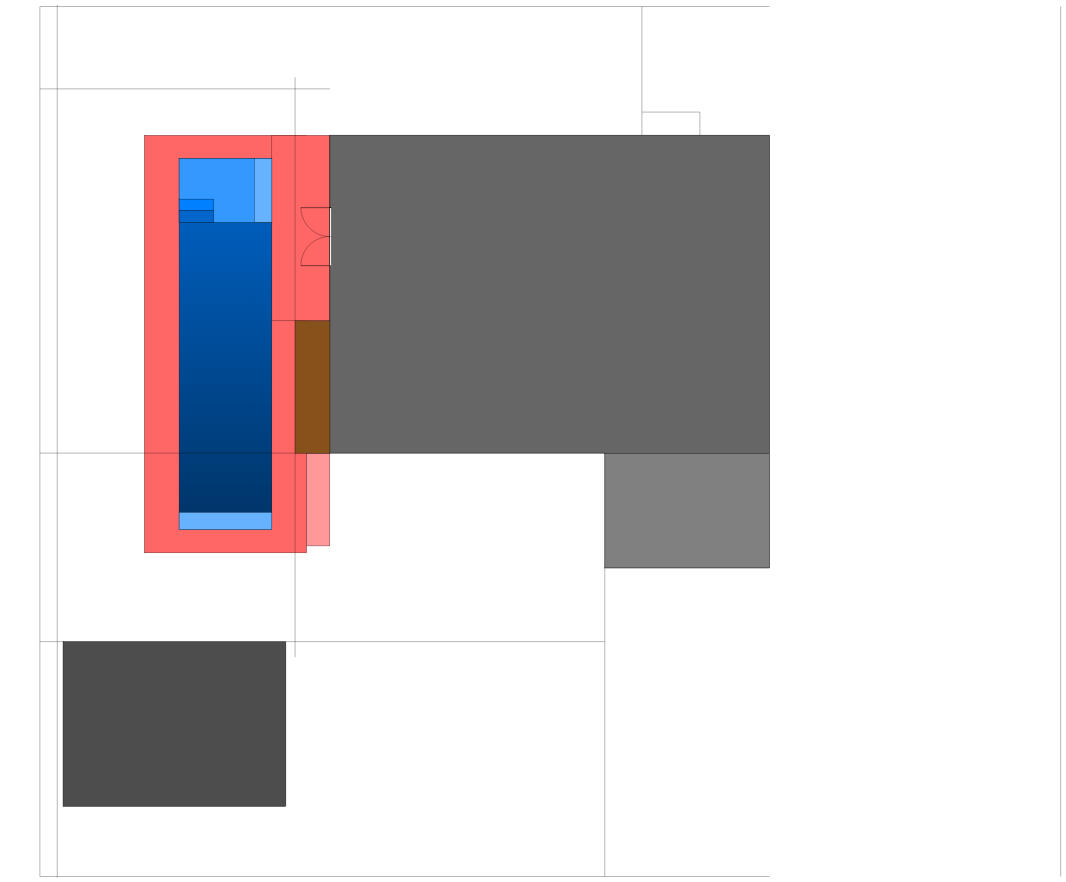
The draw.io diagram Pool.drawio in hikumealan/draw-io-diagrams, before the edit. Source tidied: cells renumbered, new cells numbered last; positions are measured from the earlier drawing's top-left corner, leaving out a move shared by most shapes. Both pictures are drawn from the tidied source at 29%, with x=0, y=0 at pixel (40, 5).
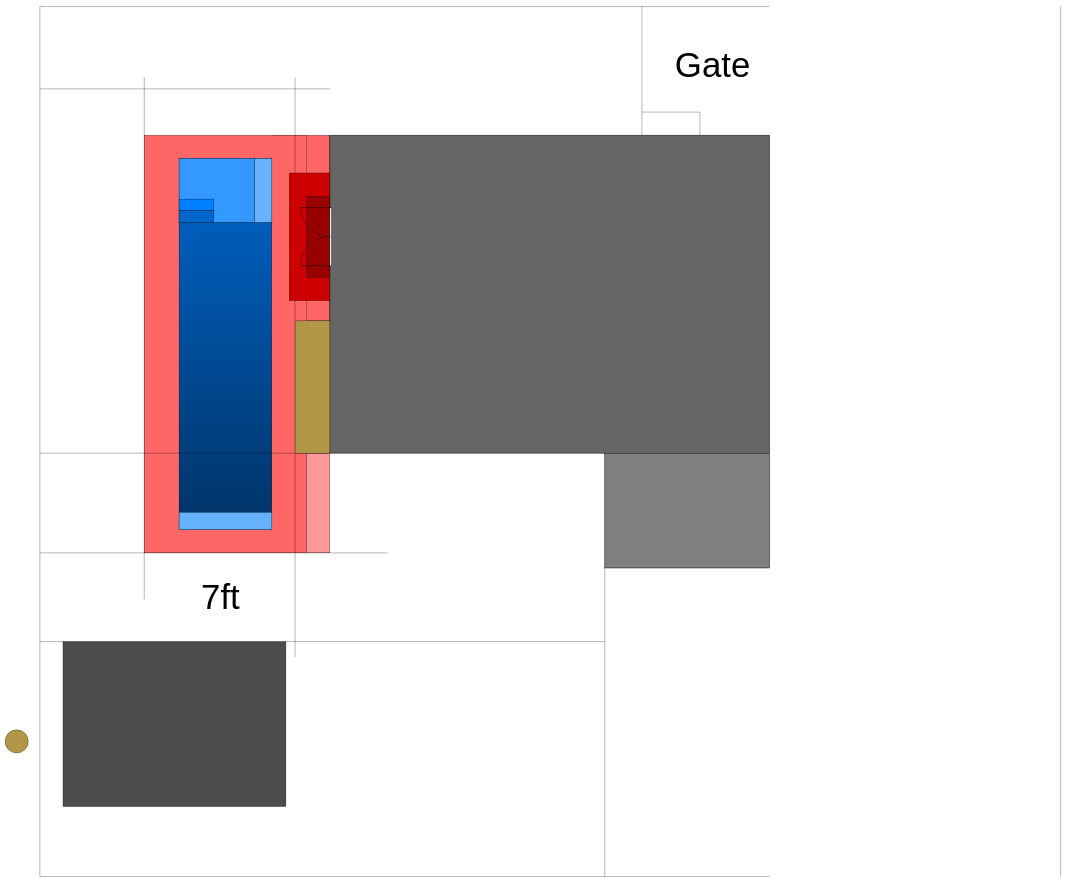
The same page after the edit.

Diff of the diagram source:
```diff
@@
+    <mxCell id="5" style="rounded=0;whiteSpace=wrap;html=1;fillColor=#FF6666;direction=south;" parent="1" vertex="1">
+      <mxGeometry x="800" y="450" width="200" height="640" as="geometry" />
+    </mxCell>
     <mxCell id="2" style="rounded=0;whiteSpace=wrap;html=1;fillColor=#FF9999;gradientColor=none;" parent="1" vertex="1">
-      <mxGeometry x="920" y="1546" width="80" height="320" as="geometry" />
+      <mxGeometry x="920" y="1546" width="80" height="344" as="geometry" />
     </mxCell>
@@
-    <mxCell id="5" style="rounded=0;whiteSpace=wrap;html=1;fillColor=#FF6666;direction=south;" parent="1" vertex="1">
-      <mxGeometry x="800" y="450" width="200" height="640" as="geometry" />
-    </mxCell>
@@
-    <mxCell id="14" style="verticalLabelPosition=bottom;html=1;verticalAlign=top;align=center;shape=mxgraph.floorplan.doorDouble;fillColor=default;rotation=90;" parent="1" vertex="1">
-      <mxGeometry x="852" y="746" width="200" height="106.2" as="geometry" />
-    </mxCell>
-    <mxCell id="15" style="endArrow=none;html=1;" parent="1" edge="1">
-      <mxGeometry relative="1" as="geometry">
-        <mxPoint x="1000" y="900" as="sourcePoint" />
-        <mxPoint x="900" y="900" as="targetPoint" />
-      </mxGeometry>
-    </mxCell>
-    <mxCell id="16" style="endArrow=none;html=1;" parent="1" edge="1">
-      <mxGeometry relative="1" as="geometry">
-        <mxPoint x="1000" y="700" as="sourcePoint" />
-        <mxPoint x="900" y="700" as="targetPoint" />
-      </mxGeometry>
-    </mxCell>
     <mxCell id="17" style="rounded=0;whiteSpace=wrap;html=1;fillColor=#3399FF;" parent="1" vertex="1">
-      <mxGeometry x="480" y="530" width="320" height="220" as="geometry" />
+      <mxGeometry x="480" y="530" width="260" height="220" as="geometry" />
     </mxCell>
@@
-    <mxCell id="37" style="endArrow=none;html=1;rounded=0;" parent="1" edge="1">
-      <mxGeometry relative="1" as="geometry">
-        <mxPoint x="60" as="sourcePoint" />
-        <mxPoint x="60" y="3010" as="targetPoint" />
-      </mxGeometry>
-    </mxCell>
@@
-    <mxCell id="40" style="rounded=0;whiteSpace=wrap;html=1;fillColor=#87511B;gradientColor=none;gradientDirection=north;" parent="1" vertex="1">
+    <mxCell id="40" style="rounded=0;whiteSpace=wrap;html=1;fillColor=#B09646;gradientColor=none;gradientDirection=north;" parent="1" vertex="1">
       <mxGeometry x="880" y="1090" width="120" height="456" as="geometry" />
     </mxCell>
+    <mxCell id="41" style="rounded=0;whiteSpace=wrap;html=1;fillColor=#CC0000;gradientColor=none;gradientDirection=north;" parent="1" vertex="1">
+      <mxGeometry x="860" y="580" width="140" height="440" as="geometry" />
+    </mxCell>
+    <mxCell id="42" style="rounded=0;whiteSpace=wrap;html=1;fillColor=#990000;gradientColor=none;gradientDirection=north;" parent="1" vertex="1">
+      <mxGeometry x="920" y="660" width="80" height="280" as="geometry" />
+    </mxCell>
+    <mxCell id="16" style="endArrow=none;html=1;" parent="1" edge="1">
+      <mxGeometry relative="1" as="geometry">
+        <mxPoint x="1000" y="700" as="sourcePoint" />
+        <mxPoint x="900" y="700" as="targetPoint" />
+      </mxGeometry>
+    </mxCell>
+    <mxCell id="15" style="endArrow=none;html=1;" parent="1" edge="1">
+      <mxGeometry relative="1" as="geometry">
+        <mxPoint x="1000" y="900" as="sourcePoint" />
+        <mxPoint x="900" y="900" as="targetPoint" />
+      </mxGeometry>
+    </mxCell>
+    <mxCell id="14" style="verticalLabelPosition=bottom;html=1;verticalAlign=top;align=center;shape=mxgraph.floorplan.doorDouble;fillColor=default;rotation=90;" parent="1" vertex="1">
+      <mxGeometry x="852" y="746" width="200" height="106.2" as="geometry" />
+    </mxCell>
+    <mxCell id="43" style="endArrow=none;html=1;rounded=0;" parent="1" edge="1">
+      <mxGeometry relative="1" as="geometry">
+        <mxPoint y="1890" as="sourcePoint" />
+        <mxPoint x="1200" y="1890" as="targetPoint" />
+      </mxGeometry>
+    </mxCell>
+    <mxCell id="44" value="7ft" style="text;html=1;strokeColor=none;fillColor=none;align=center;verticalAlign=middle;whiteSpace=wrap;rounded=0;fontSize=120;" parent="1" vertex="1">
+      <mxGeometry x="593" y="2025" width="60" height="30" as="geometry" />
+    </mxCell>
+    <mxCell id="45" value="Gate" style="text;html=1;strokeColor=none;fillColor=none;align=center;verticalAlign=middle;whiteSpace=wrap;rounded=0;fontSize=120;" parent="1" vertex="1">
+      <mxGeometry x="2290" y="190" width="60" height="30" as="geometry" />
+    </mxCell>
+    <mxCell id="46" style="ellipse;whiteSpace=wrap;html=1;fontSize=120;fillColor=#B09646;gradientColor=none;gradientDirection=north;" parent="1" vertex="1">
+      <mxGeometry x="-120" y="2500" width="80" height="80" as="geometry" />
+    </mxCell>
+    <mxCell id="47" style="endArrow=none;html=1;rounded=0;fontSize=120;" parent="1" edge="1">
+      <mxGeometry relative="1" as="geometry">
+        <mxPoint x="360" y="250" as="sourcePoint" />
+        <mxPoint x="360" y="2050" as="targetPoint" />
+      </mxGeometry>
+    </mxCell>
```
